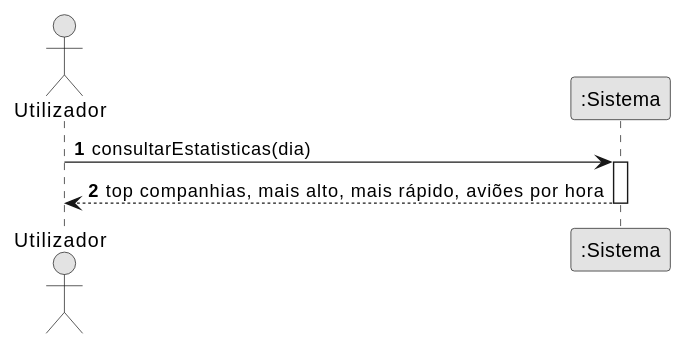
Earlier version of the PlantUML export docs/system-documentation/use-cases/US15/svg/ssd_us15.svg (miguelsiilva1/SkyTracer).
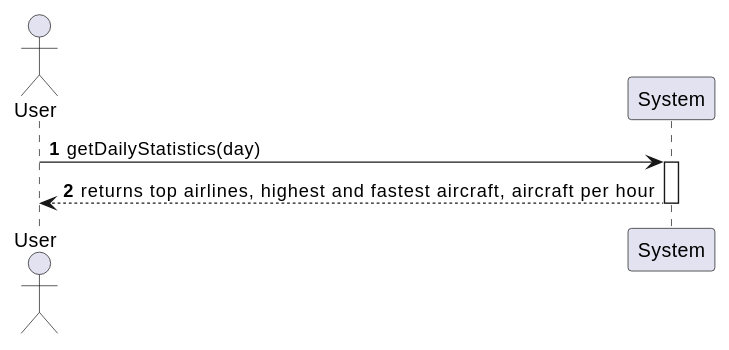
Above is the later version.

Change to the diagram source:
```diff
@@ -1,11 +1,10 @@
 @startuml
 autonumber
-skinparam monochrome true
-actor "Utilizador" as U
-participant ":Sistema" as S
+actor "User" as A
+participant "System" as S
 
-U -> S : consultarEstatisticas(dia)
+A -> S : getDailyStatistics(day)
 activate S
-S --> U : top companhias, mais alto, mais rápido, aviões por hora
+S --> A : returns top airlines, highest and fastest aircraft, aircraft per hour
 deactivate S
 @enduml
```
